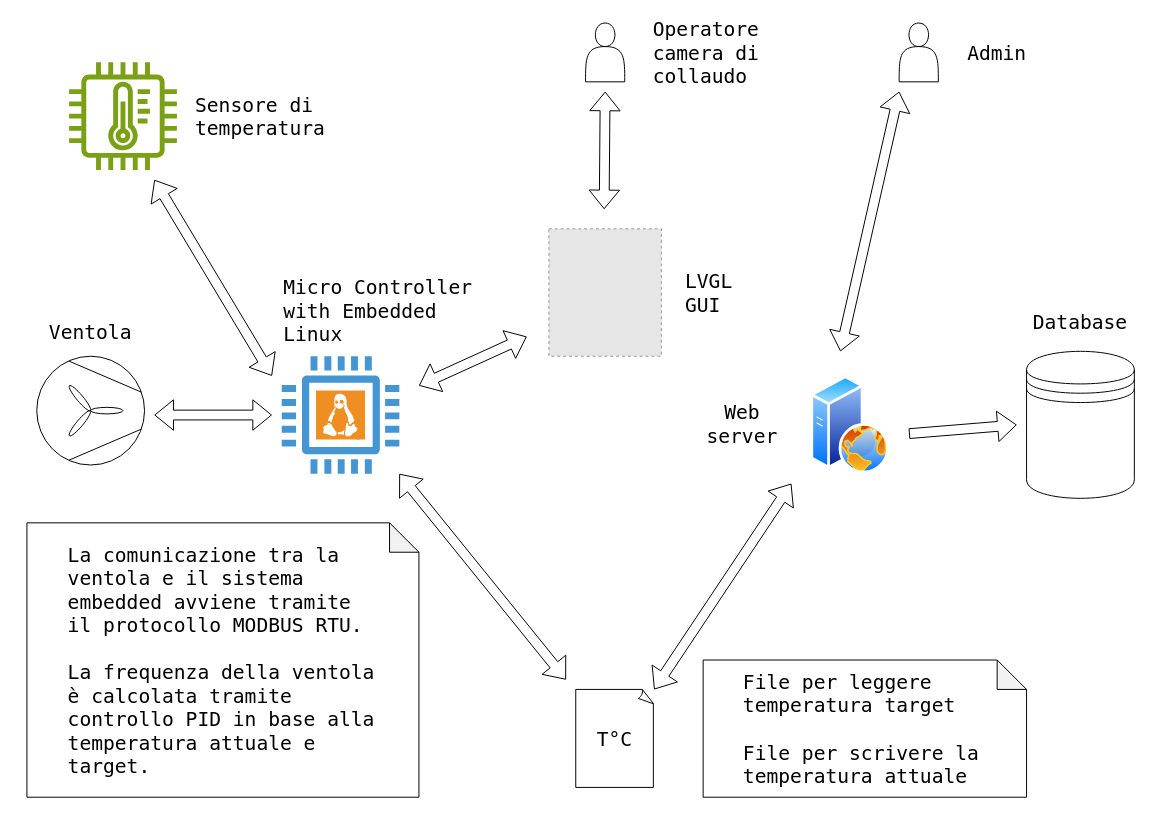
sbOogway/tesi-overleaf keeps this draw.io diagram as system-uml.drawio. Above is the earlier version. Source tidied: cells renumbered, new cells numbered last; positions are measured from the earlier drawing's top-left corner, leaving out a move shared by most shapes. Both pictures are drawn from the tidied source at 98%, with x=0, y=0 at pixel (26, 23). Pictures stored in the file or linked from it are replaced by grey dashed boxes.
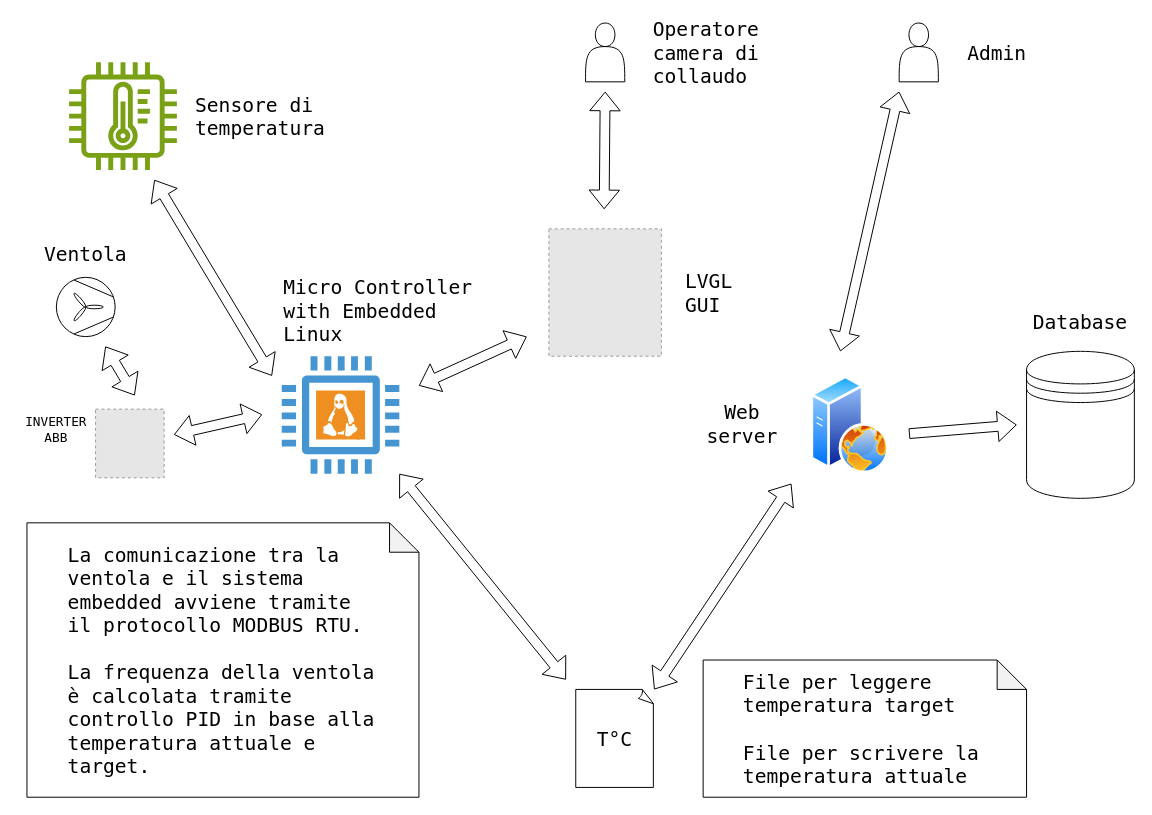
The same page after the edit.

What changed in the source:
```diff
@@
     <mxCell id="9" style="verticalLabelPosition=bottom;align=center;dashed=0;html=1;verticalAlign=top;shape=mxgraph.pid2misc.fan;fanType=common;" parent="1" vertex="1">
-      <mxGeometry x="10" y="340" width="110" height="111" as="geometry" />
+      <mxGeometry x="30" y="259.5" width="60" height="60.5" as="geometry" />
     </mxCell>
@@
     <mxCell id="12" style="shape=flexArrow;endArrow=classic;startArrow=classic;html=1;rounded=0;" parent="1" edge="1">
       <mxGeometry relative="1" as="geometry">
-        <mxPoint x="130" y="400" as="sourcePoint" />
-        <mxPoint x="250" y="400" as="targetPoint" />
+        <mxPoint x="150" y="420" as="sourcePoint" />
+        <mxPoint x="240" y="399.5" as="targetPoint" />
       </mxGeometry>
     </mxCell>
@@
     <mxCell id="21" value="&lt;font style=&quot;font-size: 20px;&quot; face=&quot;Lucida Console&quot;&gt;Ventola&lt;/font&gt;" style="text;html=1;whiteSpace=wrap;strokeColor=none;fillColor=none;align=center;verticalAlign=middle;rounded=0;" parent="1" vertex="1">
-      <mxGeometry x="35" y="300" width="60" height="30" as="geometry" />
+      <mxGeometry x="30" y="220" width="60" height="30" as="geometry" />
     </mxCell>
@@
-    <mxCell id="24" value="&lt;blockquote&gt;&lt;div align=&quot;left&quot;&gt;&lt;font face=&quot;Lucida Console&quot; style=&quot;font-size: 20px;&quot;&gt;La comunicazione tra la ventola e il sistema embedded avviene tramite il protocollo MODBUS RTU.&lt;/font&gt;&lt;/div&gt;&lt;div align=&quot;left&quot;&gt;&lt;font face=&quot;Lucida Console&quot; style=&quot;font-size: 20px;&quot;&gt;&lt;br&gt;&lt;/font&gt;&lt;/div&gt;&lt;div align=&quot;left&quot;&gt;&lt;font face=&quot;Lucida Console&quot; style=&quot;font-size: 20px;&quot;&gt;La frequenza della ventola è calcolata tramite controllo PID in base alla temperatura attuale e target.&lt;/font&gt;&lt;/div&gt;&lt;/blockquote&gt;" style="shape=note;whiteSpace=wrap;html=1;backgroundOutline=1;darkOpacity=0.05;align=left;" parent="1" vertex="1">
+    <mxCell id="24" value="&lt;blockquote&gt;&lt;div align=&quot;left&quot;&gt;&lt;font style=&quot;font-size: 20px;&quot; face=&quot;Lucida Console&quot;&gt;La comunicazione tra la ventola e il sistema embedded avviene tramite il protocollo MODBUS RTU.&lt;/font&gt;&lt;/div&gt;&lt;div align=&quot;left&quot;&gt;&lt;font style=&quot;font-size: 20px;&quot; face=&quot;Lucida Console&quot;&gt;&lt;br&gt;&lt;/font&gt;&lt;/div&gt;&lt;div align=&quot;left&quot;&gt;&lt;font style=&quot;font-size: 20px;&quot; face=&quot;Lucida Console&quot;&gt;La frequenza della ventola è calcolata tramite controllo PID in base alla temperatura attuale e target.&lt;/font&gt;&lt;/div&gt;&lt;/blockquote&gt;" style="shape=note;whiteSpace=wrap;html=1;backgroundOutline=1;darkOpacity=0.05;align=left;" parent="1" vertex="1">
       <mxGeometry y="510" width="400" height="280" as="geometry" />
     </mxCell>
@@
-    <mxCell id="30" value="&lt;div align=&quot;left&quot;&gt;&lt;font face=&quot;Lucida Console&quot; style=&quot;font-size: 20px;&quot;&gt;Sensore di temperatura&lt;/font&gt;&lt;/div&gt;" style="text;html=1;whiteSpace=wrap;strokeColor=none;fillColor=none;align=left;verticalAlign=middle;rounded=0;" parent="1" vertex="1">
+    <mxCell id="30" value="&lt;div align=&quot;left&quot;&gt;&lt;font style=&quot;font-size: 20px;&quot; face=&quot;Lucida Console&quot;&gt;Sensore di temperatura&lt;/font&gt;&lt;/div&gt;" style="text;html=1;whiteSpace=wrap;strokeColor=none;fillColor=none;align=left;verticalAlign=middle;rounded=0;fontFamily=Lucida Console;" parent="1" vertex="1">
       <mxGeometry x="170" y="80" width="140" height="30" as="geometry" />
     </mxCell>
@@
+    <mxCell id="32" style="fillColor=#E6E6E6;strokeColor=#999999;dashed=1;verticalLabelPosition=bottom;verticalAlign=top;" parent="1" vertex="1">
+      <mxGeometry x="70" y="394" width="70" height="70" as="geometry" />
+    </mxCell>
+    <mxCell id="33" style="shape=flexArrow;endArrow=classic;startArrow=classic;html=1;rounded=0;" parent="1" edge="1">
+      <mxGeometry relative="1" as="geometry">
+        <mxPoint x="110" y="380" as="sourcePoint" />
+        <mxPoint x="80" y="330" as="targetPoint" />
+      </mxGeometry>
+    </mxCell>
+    <mxCell id="34" value="&lt;font style=&quot;font-size: 13px;&quot;&gt;INVERTER ABB&lt;/font&gt;" style="text;html=1;whiteSpace=wrap;strokeColor=none;fillColor=none;align=center;verticalAlign=middle;rounded=0;fontFamily=Lucida Console;" parent="1" vertex="1">
+      <mxGeometry x="-10" y="360" width="80" height="110" as="geometry" />
+    </mxCell>
```
